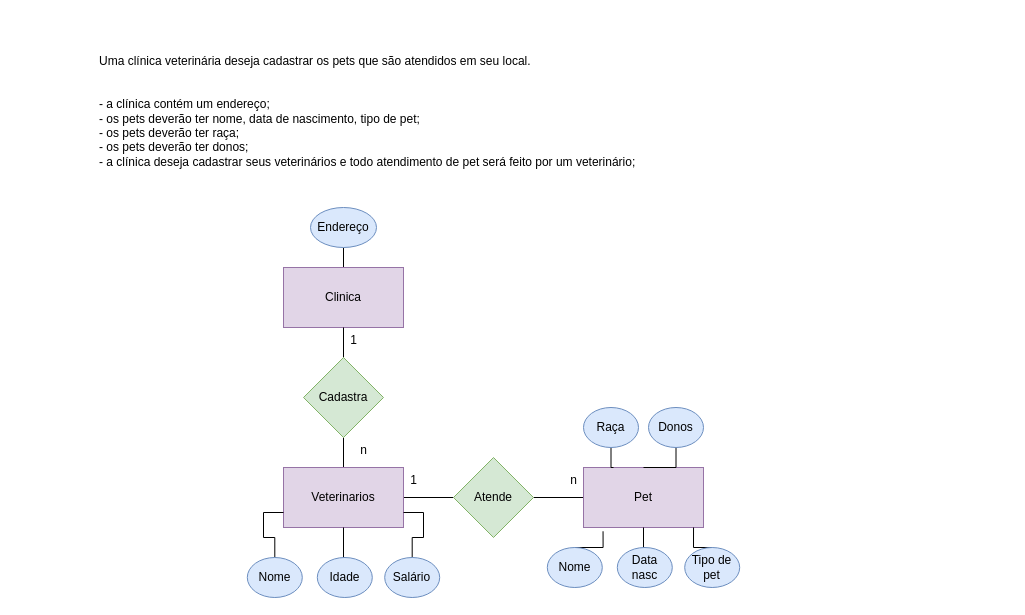
The draw.io diagram page "Página-3" (3 of 4) of sprint1-exercicios/1.3-clinica.drawio in Duduuz7/senai-2-semestre, before the edit. Source tidied: cells renumbered, new cells numbered last; positions are measured from the earlier drawing's top-left corner, leaving out a move shared by most shapes. Both pictures are drawn from the tidied source at 100%, with x=0, y=0 at pixel (97, 47).
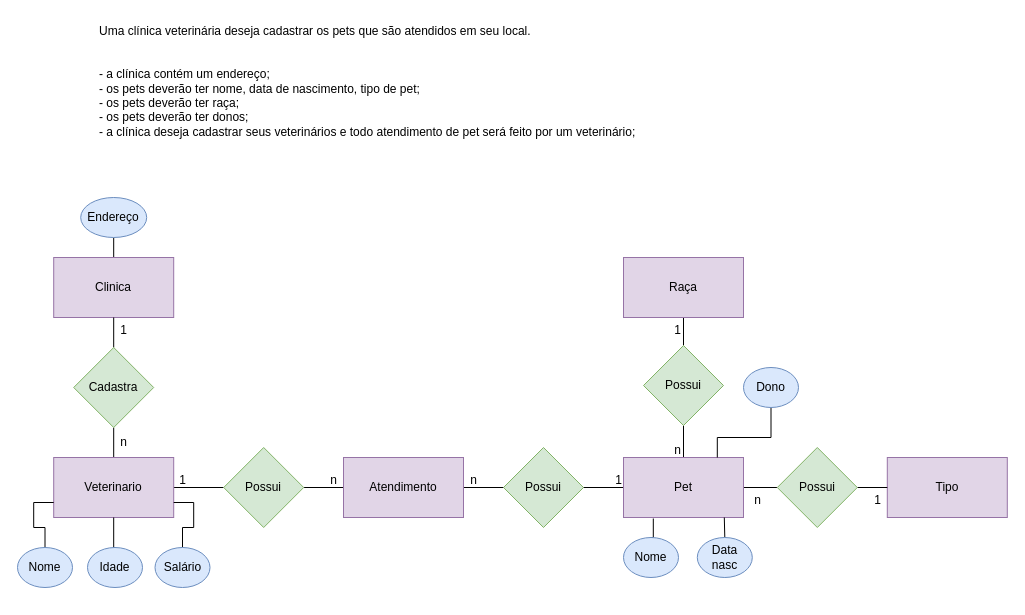
The same page after the edit.

The edit, as a diff of the source:
```diff
@@
     <mxCell id="2" value="Uma clínica veterinária deseja cadastrar os pets que são atendidos em seu local.&#10;&#10;&#10;- a clínica contém um endereço;&#10;- os pets deverão ter nome, data de nascimento, tipo de pet;&#10;- os pets deverão ter raça;&#10;- os pets deverão ter donos;&#10;- a clínica deseja cadastrar seus veterinários e todo atendimento de pet será feito por um veterinário;" style="text;whiteSpace=wrap;" parent="1" vertex="1">
-      <mxGeometry width="560" height="150" as="geometry" />
+      <mxGeometry y="-30" width="560" height="150" as="geometry" />
     </mxCell>
@@
     <mxCell id="4" value="Clinica" style="whiteSpace=wrap;html=1;fillColor=#e1d5e7;strokeColor=#9673a6;" parent="1" vertex="1">
-      <mxGeometry x="186" y="220" width="120" height="60" as="geometry" />
+      <mxGeometry x="-43.8" y="210" width="120" height="60" as="geometry" />
     </mxCell>
     <mxCell id="5" value="Endereço" style="ellipse;whiteSpace=wrap;html=1;fillColor=#dae8fc;strokeColor=#6c8ebf;" parent="1" vertex="1">
-      <mxGeometry x="213" y="160" width="66" height="40" as="geometry" />
+      <mxGeometry x="-16.8" y="150" width="66" height="40" as="geometry" />
     </mxCell>
@@
     <mxCell id="8" value="Cadastra" style="rhombus;whiteSpace=wrap;html=1;fillColor=#d5e8d4;strokeColor=#82b366;" parent="1" vertex="1">
-      <mxGeometry x="206" y="310" width="80" height="80" as="geometry" />
+      <mxGeometry x="-23.8" y="300" width="80" height="80" as="geometry" />
     </mxCell>
@@
-    <mxCell id="10" value="Veterinarios" style="whiteSpace=wrap;html=1;fillColor=#e1d5e7;strokeColor=#9673a6;" parent="1" vertex="1">
-      <mxGeometry x="186" y="420" width="120" height="60" as="geometry" />
+    <mxCell id="10" value="Veterinario" style="whiteSpace=wrap;html=1;fillColor=#e1d5e7;strokeColor=#9673a6;" parent="1" vertex="1">
+      <mxGeometry x="-43.8" y="410" width="120" height="60" as="geometry" />
     </mxCell>
@@
-    <mxCell id="12" value="Atende" style="rhombus;whiteSpace=wrap;html=1;fillColor=#d5e8d4;strokeColor=#82b366;" parent="1" vertex="1">
-      <mxGeometry x="356" y="410" width="80" height="80" as="geometry" />
+    <mxCell id="12" value="Possui" style="rhombus;whiteSpace=wrap;html=1;fillColor=#d5e8d4;strokeColor=#82b366;" parent="1" vertex="1">
+      <mxGeometry x="126.2" y="400" width="80" height="80" as="geometry" />
     </mxCell>
+    <mxCell id="34" style="edgeStyle=orthogonalEdgeStyle;rounded=0;jettySize=auto;html=1;entryX=0;entryY=0.5;entryDx=0;entryDy=0;endArrow=none;endFill=0;" parent="1" edge="1" source="13" target="38">
+      <mxGeometry relative="1" as="geometry" />
+    </mxCell>
+    <mxCell id="35" style="edgeStyle=orthogonalEdgeStyle;rounded=0;jettySize=auto;html=1;entryX=0.5;entryY=1;entryDx=0;entryDy=0;endArrow=none;endFill=0;" parent="1" edge="1" source="13" target="40">
+      <mxGeometry relative="1" as="geometry" />
+    </mxCell>
     <mxCell id="13" value="Pet" style="whiteSpace=wrap;html=1;fillColor=#e1d5e7;strokeColor=#9673a6;" parent="1" vertex="1">
-      <mxGeometry x="486" y="420" width="120" height="60" as="geometry" />
+      <mxGeometry x="526" y="410" width="120" height="60" as="geometry" />
     </mxCell>
-    <mxCell id="14" value="1" style="text;html=1;align=center;verticalAlign=middle;strokeColor=none;fillColor=none;" parent="1" vertex="1">
-      <mxGeometry x="301" y="418" width="30" height="30" as="geometry" />
-    </mxCell>
-    <mxCell id="15" value="n" style="text;html=1;align=center;verticalAlign=middle;strokeColor=none;fillColor=none;" parent="1" vertex="1">
-      <mxGeometry x="461" y="418" width="30" height="30" as="geometry" />
-    </mxCell>
     <mxCell id="16" value="1" style="text;html=1;align=center;verticalAlign=middle;strokeColor=none;fillColor=none;" parent="1" vertex="1">
-      <mxGeometry x="241" y="278" width="30" height="30" as="geometry" />
+      <mxGeometry x="11.2" y="268" width="30" height="30" as="geometry" />
     </mxCell>
     <mxCell id="17" value="n" style="text;html=1;align=center;verticalAlign=middle;strokeColor=none;fillColor=none;" parent="1" vertex="1">
-      <mxGeometry x="251" y="388" width="30" height="30" as="geometry" />
+      <mxGeometry x="11.2" y="380" width="30" height="30" as="geometry" />
     </mxCell>
-    <mxCell id="18" style="edgeStyle=orthogonalEdgeStyle;rounded=0;jettySize=auto;html=1;exitX=0.5;exitY=0;exitDx=0;exitDy=0;entryX=0.163;entryY=1.063;entryDx=0;entryDy=0;entryPerimeter=0;endArrow=none;endFill=0;" parent="1" edge="1" source="19" target="13">
-      <mxGeometry relative="1" as="geometry" />
+    <mxCell id="18" style="edgeStyle=orthogonalEdgeStyle;rounded=0;jettySize=auto;html=1;exitX=0.5;exitY=0;exitDx=0;exitDy=0;endArrow=none;endFill=0;" parent="1" edge="1" source="19">
+      <mxGeometry relative="1" as="geometry">
+        <mxPoint x="555.8" y="471" as="targetPoint" />
+        <Array as="points">
+          <mxPoint x="555.8" y="490" />
+          <mxPoint x="555.8" y="471" />
+        </Array>
+      </mxGeometry>
     </mxCell>
     <mxCell id="19" value="Nome" style="ellipse;whiteSpace=wrap;html=1;fillColor=#dae8fc;strokeColor=#6c8ebf;" parent="1" vertex="1">
-      <mxGeometry x="449.8" y="500" width="55" height="40" as="geometry" />
+      <mxGeometry x="526" y="490" width="55" height="40" as="geometry" />
     </mxCell>
-    <mxCell id="20" style="edgeStyle=orthogonalEdgeStyle;rounded=0;jettySize=auto;html=1;exitX=0.5;exitY=0;exitDx=0;exitDy=0;entryX=0.5;entryY=1;entryDx=0;entryDy=0;endArrow=none;endFill=0;" parent="1" edge="1" source="21" target="13">
-      <mxGeometry relative="1" as="geometry" />
+    <mxCell id="20" style="edgeStyle=orthogonalEdgeStyle;rounded=0;jettySize=auto;html=1;exitX=0.5;exitY=0;exitDx=0;exitDy=0;endArrow=none;endFill=0;" parent="1" edge="1" source="21">
+      <mxGeometry relative="1" as="geometry">
+        <mxPoint x="626.8" y="470" as="targetPoint" />
+      </mxGeometry>
     </mxCell>
     <mxCell id="21" value="Data nasc" style="ellipse;whiteSpace=wrap;html=1;fillColor=#dae8fc;strokeColor=#6c8ebf;" parent="1" vertex="1">
-      <mxGeometry x="519.8" y="500" width="55" height="40" as="geometry" />
+      <mxGeometry x="599.8" y="490" width="55" height="40" as="geometry" />
     </mxCell>
-    <mxCell id="22" style="edgeStyle=orthogonalEdgeStyle;rounded=0;jettySize=auto;html=1;exitX=0.5;exitY=0;exitDx=0;exitDy=0;entryX=0.917;entryY=1;entryDx=0;entryDy=0;entryPerimeter=0;endArrow=none;endFill=0;" parent="1" edge="1" source="23" target="13">
-      <mxGeometry relative="1" as="geometry" />
-    </mxCell>
-    <mxCell id="23" value="Tipo de pet" style="ellipse;whiteSpace=wrap;html=1;fillColor=#dae8fc;strokeColor=#6c8ebf;" parent="1" vertex="1">
-      <mxGeometry x="587.2" y="500" width="55" height="40" as="geometry" />
-    </mxCell>
-    <mxCell id="24" style="edgeStyle=orthogonalEdgeStyle;rounded=0;jettySize=auto;html=1;entryX=0.25;entryY=0;entryDx=0;entryDy=0;endArrow=none;endFill=0;" parent="1" edge="1" source="25" target="13">
-      <mxGeometry relative="1" as="geometry" />
-    </mxCell>
-    <mxCell id="25" value="Raça" style="ellipse;whiteSpace=wrap;html=1;fillColor=#dae8fc;strokeColor=#6c8ebf;" parent="1" vertex="1">
-      <mxGeometry x="486" y="360" width="55" height="40" as="geometry" />
-    </mxCell>
     <mxCell id="26" style="edgeStyle=orthogonalEdgeStyle;rounded=0;jettySize=auto;html=1;endArrow=none;endFill=0;" parent="1" edge="1" source="27" target="13">
-      <mxGeometry relative="1" as="geometry" />
+      <mxGeometry relative="1" as="geometry">
+        <Array as="points">
+          <mxPoint x="673.8" y="390" />
+          <mxPoint x="619.8" y="390" />
+        </Array>
+      </mxGeometry>
     </mxCell>
-    <mxCell id="27" value="Donos" style="ellipse;whiteSpace=wrap;html=1;fillColor=#dae8fc;strokeColor=#6c8ebf;" parent="1" vertex="1">
-      <mxGeometry x="551" y="360" width="55" height="40" as="geometry" />
+    <mxCell id="27" value="Dono" style="ellipse;whiteSpace=wrap;html=1;fillColor=#dae8fc;strokeColor=#6c8ebf;" parent="1" vertex="1">
+      <mxGeometry x="646" y="320" width="55" height="40" as="geometry" />
     </mxCell>
@@
     <mxCell id="29" value="Nome" style="ellipse;whiteSpace=wrap;html=1;fillColor=#dae8fc;strokeColor=#6c8ebf;" parent="1" vertex="1">
-      <mxGeometry x="149.8" y="510" width="55" height="40" as="geometry" />
+      <mxGeometry x="-80" y="500" width="55" height="40" as="geometry" />
     </mxCell>
@@
     <mxCell id="31" value="Idade" style="ellipse;whiteSpace=wrap;html=1;fillColor=#dae8fc;strokeColor=#6c8ebf;" parent="1" vertex="1">
-      <mxGeometry x="219.8" y="510" width="55" height="40" as="geometry" />
+      <mxGeometry x="-10" y="500" width="55" height="40" as="geometry" />
     </mxCell>
@@
     <mxCell id="33" value="Salário" style="ellipse;whiteSpace=wrap;html=1;fillColor=#dae8fc;strokeColor=#6c8ebf;" parent="1" vertex="1">
-      <mxGeometry x="287.2" y="510" width="55" height="40" as="geometry" />
+      <mxGeometry x="57.5" y="500" width="55" height="40" as="geometry" />
     </mxCell>
+    <mxCell id="36" value="Tipo" style="whiteSpace=wrap;html=1;fillColor=#e1d5e7;strokeColor=#9673a6;" parent="1" vertex="1">
+      <mxGeometry x="789.8" y="410" width="120" height="60" as="geometry" />
+    </mxCell>
+    <mxCell id="37" style="edgeStyle=orthogonalEdgeStyle;rounded=0;jettySize=auto;html=1;entryX=0;entryY=0.5;entryDx=0;entryDy=0;endArrow=none;endFill=0;" parent="1" edge="1" source="38" target="36">
+      <mxGeometry relative="1" as="geometry" />
+    </mxCell>
+    <mxCell id="38" value="Possui" style="rhombus;whiteSpace=wrap;html=1;fillColor=#d5e8d4;strokeColor=#82b366;" parent="1" vertex="1">
+      <mxGeometry x="679.8" y="400" width="80" height="80" as="geometry" />
+    </mxCell>
+    <mxCell id="39" style="edgeStyle=orthogonalEdgeStyle;rounded=0;jettySize=auto;html=1;entryX=0.5;entryY=1;entryDx=0;entryDy=0;endArrow=none;endFill=0;" parent="1" edge="1" source="40" target="25">
+      <mxGeometry relative="1" as="geometry" />
+    </mxCell>
+    <mxCell id="40" value="Possui" style="rhombus;whiteSpace=wrap;html=1;fillColor=#d5e8d4;strokeColor=#82b366;" parent="1" vertex="1">
+      <mxGeometry x="546" y="298" width="80" height="80" as="geometry" />
+    </mxCell>
+    <mxCell id="25" value="Raça" style="whiteSpace=wrap;html=1;fillColor=#e1d5e7;strokeColor=#9673a6;" parent="1" vertex="1">
+      <mxGeometry x="526" y="210" width="120" height="60" as="geometry" />
+    </mxCell>
+    <mxCell id="41" value="n" style="text;html=1;align=center;verticalAlign=middle;strokeColor=none;fillColor=none;" parent="1" vertex="1">
+      <mxGeometry x="644.8" y="438" width="30" height="30" as="geometry" />
+    </mxCell>
+    <mxCell id="42" value="1" style="text;html=1;align=center;verticalAlign=middle;strokeColor=none;fillColor=none;" parent="1" vertex="1">
+      <mxGeometry x="764.8" y="438" width="30" height="30" as="geometry" />
+    </mxCell>
+    <mxCell id="43" value="n" style="text;html=1;align=center;verticalAlign=middle;strokeColor=none;fillColor=none;" parent="1" vertex="1">
+      <mxGeometry x="564.8" y="388" width="30" height="30" as="geometry" />
+    </mxCell>
+    <mxCell id="44" value="1" style="text;html=1;align=center;verticalAlign=middle;strokeColor=none;fillColor=none;" parent="1" vertex="1">
+      <mxGeometry x="564.8" y="268" width="30" height="30" as="geometry" />
+    </mxCell>
+    <mxCell id="45" value="Atendimento" style="whiteSpace=wrap;html=1;fillColor=#e1d5e7;strokeColor=#9673a6;" parent="1" vertex="1">
+      <mxGeometry x="246" y="410" width="120" height="60" as="geometry" />
+    </mxCell>
+    <mxCell id="46" value="Possui" style="rhombus;whiteSpace=wrap;html=1;fillColor=#d5e8d4;strokeColor=#82b366;" parent="1" vertex="1">
+      <mxGeometry x="406" y="400" width="80" height="80" as="geometry" />
+    </mxCell>
+    <mxCell id="47" value="1" style="text;html=1;align=center;verticalAlign=middle;strokeColor=none;fillColor=none;" parent="1" vertex="1">
+      <mxGeometry x="70" y="418" width="30" height="30" as="geometry" />
+    </mxCell>
+    <mxCell id="48" value="n" style="text;html=1;align=center;verticalAlign=middle;strokeColor=none;fillColor=none;" parent="1" vertex="1">
+      <mxGeometry x="221" y="418" width="30" height="30" as="geometry" />
+    </mxCell>
+    <mxCell id="49" value="n" style="text;html=1;align=center;verticalAlign=middle;strokeColor=none;fillColor=none;" parent="1" vertex="1">
+      <mxGeometry x="361" y="418" width="30" height="30" as="geometry" />
+    </mxCell>
+    <mxCell id="50" value="1" style="text;html=1;align=center;verticalAlign=middle;strokeColor=none;fillColor=none;" parent="1" vertex="1">
+      <mxGeometry x="506" y="418" width="30" height="30" as="geometry" />
+    </mxCell>
```
